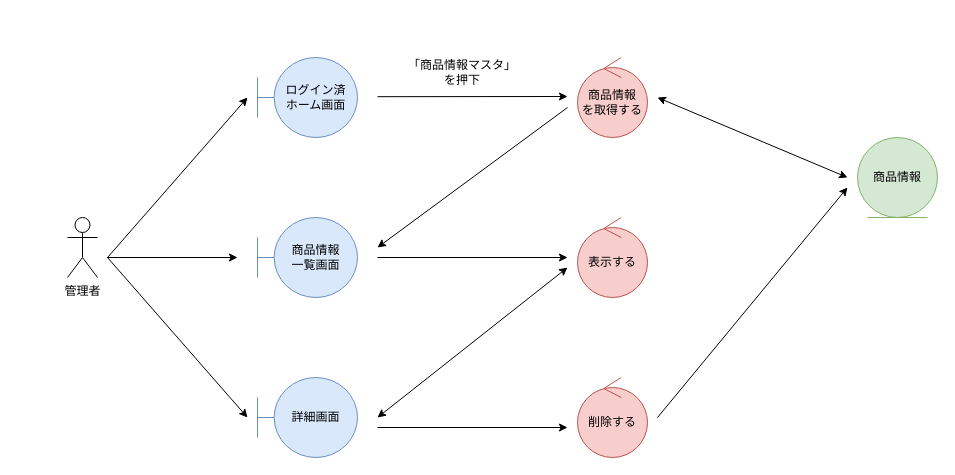
This is page "*商品情報管理_削除" (4 of 4) of 各種設計書/3ロバストネス図/マスタ管理/4.商品情報マスタ.drawio from HaruShim/Sotuken, a draw.io file, before an edit. Source tidied: cells renumbered, new cells numbered last; positions are measured from the earlier drawing's top-left corner, leaving out a move shared by most shapes. Both pictures are drawn from the tidied source at 100%, with x=0, y=0 at pixel (67, 57).
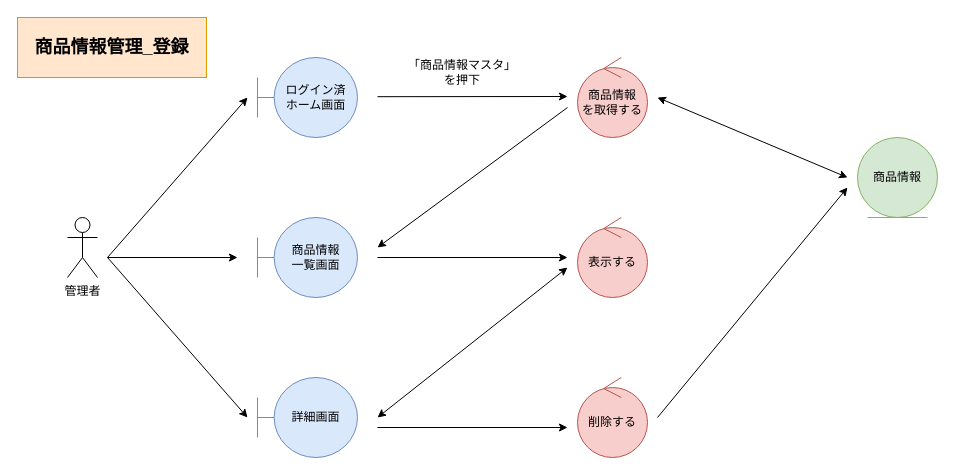
The same diagram, later.

Change to the diagram source:
```diff
@@
+    <mxCell id="21" value="商品情報管理_登録" style="rounded=0;whiteSpace=wrap;html=1;fillColor=#ffe6cc;strokeColor=#d79b00;fontStyle=1;fontSize=18;" parent="1" vertex="1">
+      <mxGeometry x="-50" y="-40" width="189" height="60" as="geometry" />
+    </mxCell>
```
